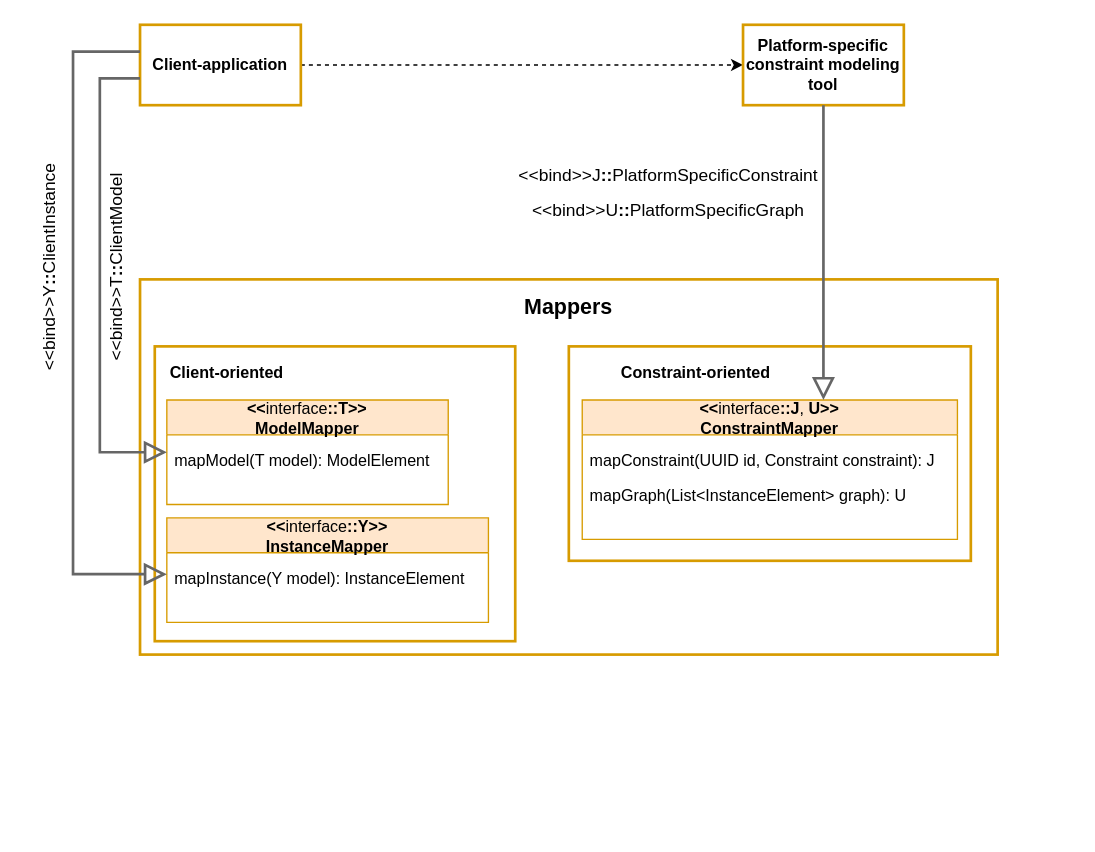
AntonSk98/User-driven-constraint-modelling-for-entity-models-at-runtime keeps this draw.io diagram as assets/design/mappers.drawio. Above is the earlier version. Source tidied: cells renumbered, new cells numbered last; positions are measured from the earlier drawing's top-left corner, leaving out a move shared by most shapes. Both pictures are drawn from the tidied source at 134%, with x=0, y=0 at pixel (28, 20).
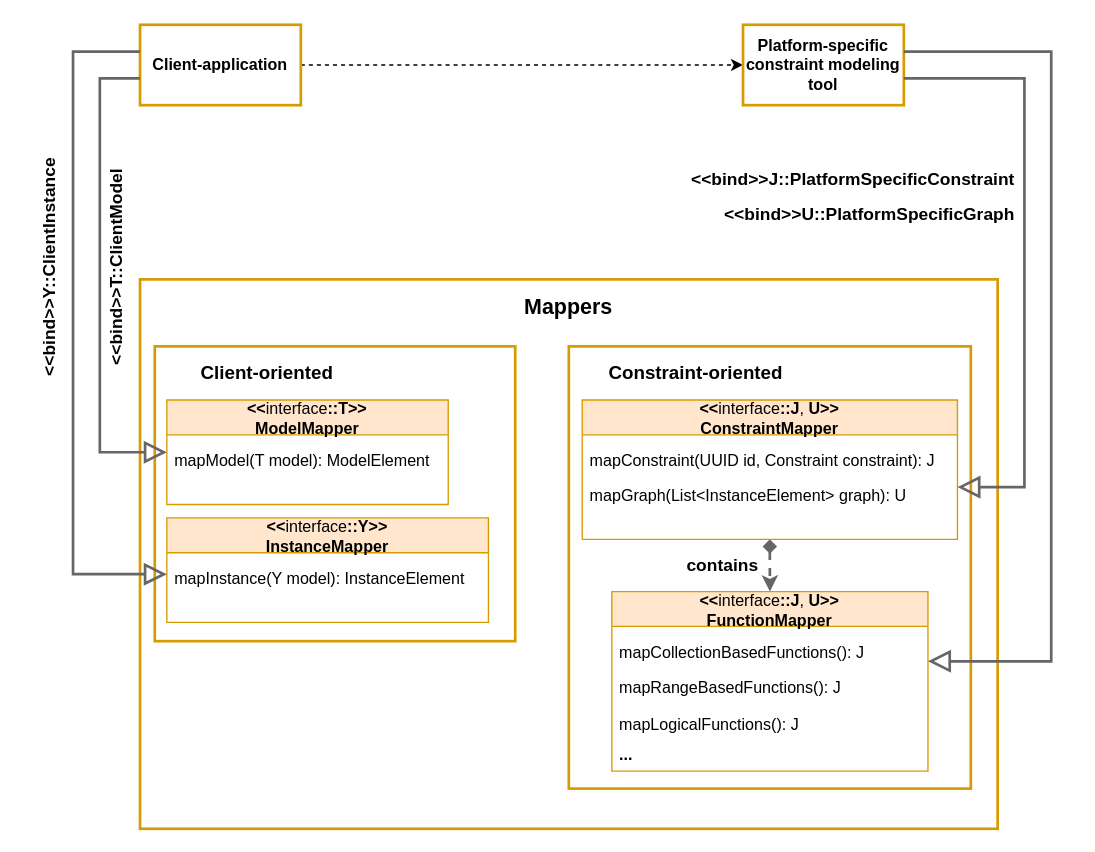
The same diagram, later.

Unchanged cells that the change refers to:
```xml
<mxCell id="12" value="&lt;b&gt;&amp;lt;&amp;lt;&lt;/b&gt;interface&lt;b&gt;::J&lt;/b&gt;, &lt;b&gt;U&lt;/b&gt;&lt;b style=&quot;background-color: initial;&quot;&gt;&amp;gt;&amp;gt;&lt;/b&gt;&lt;br&gt;&lt;b&gt;ConstraintMapper&lt;/b&gt;" style="swimlane;fontStyle=0;horizontal=1;startSize=26;fillColor=#ffe6cc;whiteSpace=wrap;html=1;verticalAlign=middle;spacingTop=1;spacingBottom=0;spacing=2;spacingRight=0;flipH=0;flipV=0;direction=east;rotation=0;strokeColor=#d79b00;glass=0;rounded=0;shadow=0;" parent="1" vertex="1">
  <mxGeometry x="413" y="283" width="280" height="104" as="geometry" />
</mxCell>
<mxCell id="24" value="&lt;b&gt;Platform-specific constraint modeling tool&lt;/b&gt;" style="rounded=0;whiteSpace=wrap;html=1;strokeColor=#D79B00;strokeWidth=2;" parent="1" vertex="1">
  <mxGeometry x="533" y="3" width="120" height="60" as="geometry" />
</mxCell>
```

The edit, as a diff of the source:
```diff
@@
     <mxCell id="2" style="rounded=0;whiteSpace=wrap;html=1;strokeColor=#D79B00;strokeWidth=2;fontStyle=1;" parent="1" vertex="1">
-      <mxGeometry x="83" y="193" width="640" height="280" as="geometry" />
+      <mxGeometry x="83" y="193" width="640" height="410" as="geometry" />
     </mxCell>
     <mxCell id="3" style="rounded=0;whiteSpace=wrap;html=1;strokeWidth=2;strokeColor=#D79B00;fontStyle=1;" parent="1" vertex="1">
-      <mxGeometry x="403" y="243" width="300" height="160" as="geometry" />
+      <mxGeometry x="403" y="243" width="300" height="330" as="geometry" />
     </mxCell>
@@
+    <mxCell id="27" style="edgeStyle=orthogonalEdgeStyle;rounded=0;jettySize=auto;html=1;dashed=1;strokeWidth=2;strokeColor=#666666;startArrow=diamond;startFill=1;" parent="1" edge="1" source="12" target="28">
+      <mxGeometry relative="1" as="geometry" />
+    </mxCell>
@@
-    <mxCell id="16" value="Client-oriented" style="text;html=1;strokeColor=none;fillColor=none;align=center;verticalAlign=middle;whiteSpace=wrap;rounded=0;fontStyle=1;" parent="1" vertex="1">
-      <mxGeometry x="103" y="248" width="90" height="30" as="geometry" />
+    <mxCell id="16" value="Client-oriented" style="text;html=1;strokeColor=none;fillColor=none;align=center;verticalAlign=middle;whiteSpace=wrap;rounded=0;fontStyle=1;fontSize=14;" parent="1" vertex="1">
+      <mxGeometry x="103" y="248" width="150" height="30" as="geometry" />
     </mxCell>
-    <mxCell id="17" value="Constraint-oriented" style="text;html=1;strokeColor=none;fillColor=none;align=center;verticalAlign=middle;whiteSpace=wrap;rounded=0;fontStyle=1;" parent="1" vertex="1">
+    <mxCell id="17" value="Constraint-oriented" style="text;html=1;strokeColor=none;fillColor=none;align=center;verticalAlign=middle;whiteSpace=wrap;rounded=0;fontStyle=1;fontSize=14;" parent="1" vertex="1">
       <mxGeometry x="413" y="248" width="170" height="30" as="geometry" />
     </mxCell>
@@
-    <mxCell id="22" value="&lt;p style=&quot;line-height: 100%; font-size: 13px;&quot;&gt;&amp;lt;&amp;lt;bind&amp;gt;&amp;gt;T&lt;b&gt;::&lt;/b&gt;ClientModel&lt;/p&gt;" style="text;html=1;strokeColor=none;fillColor=none;align=center;verticalAlign=middle;rounded=0;rotation=0;fontStyle=0;spacing=0;whiteSpace=wrap;labelBackgroundColor=none;fontColor=#000000;horizontal=0;fontSize=13;" parent="1" vertex="1">
+    <mxCell id="22" value="&lt;p style=&quot;line-height: 100%; font-size: 13px;&quot;&gt;&amp;lt;&amp;lt;bind&amp;gt;&amp;gt;T&lt;span&gt;::&lt;/span&gt;ClientModel&lt;/p&gt;" style="text;html=1;strokeColor=none;fillColor=none;align=center;verticalAlign=middle;rounded=0;rotation=0;fontStyle=1;spacing=0;whiteSpace=wrap;labelBackgroundColor=none;fontColor=#000000;horizontal=0;fontSize=13;" parent="1" vertex="1">
       <mxGeometry x="50" y="104" width="30" height="160" as="geometry" />
     </mxCell>
-    <mxCell id="23" value="&lt;p style=&quot;line-height: 100%; font-size: 13px;&quot;&gt;&amp;lt;&amp;lt;bind&amp;gt;&amp;gt;Y&lt;b&gt;::&lt;/b&gt;ClientInstance&lt;/p&gt;" style="text;html=1;strokeColor=none;fillColor=none;align=center;verticalAlign=middle;rounded=0;rotation=0;fontStyle=0;spacing=0;whiteSpace=wrap;labelBackgroundColor=none;fontColor=#000000;horizontal=0;fontSize=13;" parent="1" vertex="1">
+    <mxCell id="23" value="&lt;p style=&quot;line-height: 100%; font-size: 13px;&quot;&gt;&amp;lt;&amp;lt;bind&amp;gt;&amp;gt;Y&lt;span&gt;::&lt;/span&gt;ClientInstance&lt;/p&gt;" style="text;html=1;strokeColor=none;fillColor=none;align=center;verticalAlign=middle;rounded=0;rotation=0;fontStyle=1;spacing=0;whiteSpace=wrap;labelBackgroundColor=none;fontColor=#000000;horizontal=0;fontSize=13;" parent="1" vertex="1">
       <mxGeometry y="104" width="30" height="160" as="geometry" />
     </mxCell>
@@
     <mxCell id="25" style="edgeStyle=orthogonalEdgeStyle;rounded=0;jettySize=auto;html=1;endSize=12;endArrow=block;endFill=0;strokeWidth=2;fillColor=#f5f5f5;strokeColor=#666666;" parent="1" edge="1" source="24" target="12">
       <mxGeometry relative="1" as="geometry">
         <Array as="points">
-          <mxPoint x="593" y="223" />
-          <mxPoint x="593" y="223" />
+          <mxPoint x="743" y="43" />
+          <mxPoint x="743" y="348" />
         </Array>
       </mxGeometry>
     </mxCell>
-    <mxCell id="26" value="&lt;p style=&quot;line-height: 100%; font-size: 13px;&quot;&gt;&amp;lt;&amp;lt;bind&amp;gt;&amp;gt;J&lt;b&gt;::&lt;/b&gt;PlatformSpecificConstraint&lt;/p&gt;&lt;p style=&quot;line-height: 100%; font-size: 13px;&quot;&gt;&amp;lt;&amp;lt;bind&amp;gt;&amp;gt;U&lt;b&gt;::&lt;/b&gt;PlatformSpecificGraph&lt;/p&gt;" style="text;html=1;strokeColor=none;fillColor=none;align=center;verticalAlign=middle;rounded=0;rotation=90;fontStyle=0;spacing=0;whiteSpace=wrap;labelBackgroundColor=none;fontColor=#000000;horizontal=0;fontSize=13;" parent="1" vertex="1">
-      <mxGeometry x="442" width="70" height="255" as="geometry" />
+    <mxCell id="26" value="&lt;p style=&quot;line-height: 100%; font-size: 13px;&quot;&gt;&amp;lt;&amp;lt;bind&amp;gt;&amp;gt;J&lt;span&gt;::&lt;/span&gt;PlatformSpecificConstraint&lt;/p&gt;&lt;p style=&quot;line-height: 100%; font-size: 13px;&quot;&gt;&amp;lt;&amp;lt;bind&amp;gt;&amp;gt;U&lt;span&gt;::&lt;/span&gt;PlatformSpecificGraph&lt;/p&gt;" style="text;html=1;strokeColor=none;fillColor=none;align=right;verticalAlign=middle;rounded=0;rotation=90;fontStyle=1;spacing=0;whiteSpace=wrap;labelBackgroundColor=none;fontColor=#000000;horizontal=0;fontSize=13;" parent="1" vertex="1">
+      <mxGeometry x="573" y="3" width="70" height="255" as="geometry" />
     </mxCell>
+    <mxCell id="28" value="&lt;b&gt;&amp;lt;&amp;lt;&lt;/b&gt;interface&lt;b&gt;::J&lt;/b&gt;, &lt;b&gt;U&lt;/b&gt;&lt;b style=&quot;background-color: initial;&quot;&gt;&amp;gt;&amp;gt;&lt;/b&gt;&lt;br&gt;&lt;b&gt;FunctionMapper&lt;/b&gt;" style="swimlane;fontStyle=0;horizontal=1;startSize=26;fillColor=#ffe6cc;whiteSpace=wrap;html=1;verticalAlign=middle;spacingTop=1;spacingBottom=0;spacing=2;spacingRight=0;flipH=0;flipV=0;direction=east;rotation=0;strokeColor=#d79b00;glass=0;rounded=0;shadow=0;" parent="1" vertex="1">
+      <mxGeometry x="435.1" y="426" width="235.9" height="134" as="geometry" />
+    </mxCell>
+    <mxCell id="29" value="mapCollectionBasedFunctions(): J" style="text;strokeColor=none;fillColor=none;align=left;verticalAlign=top;spacingLeft=4;spacingRight=4;overflow=hidden;whiteSpace=wrap;html=1;spacingTop=6;" parent="28" vertex="1">
+      <mxGeometry y="26" width="235.9" height="26" as="geometry" />
+    </mxCell>
+    <mxCell id="30" value="mapRangeBasedFunctions(): J" style="text;strokeColor=none;fillColor=none;align=left;verticalAlign=top;spacingLeft=4;spacingRight=4;overflow=hidden;whiteSpace=wrap;html=1;spacingTop=6;" parent="28" vertex="1">
+      <mxGeometry y="52" width="235.9" height="28" as="geometry" />
+    </mxCell>
+    <mxCell id="31" value="mapLogicalFunctions(): J" style="text;strokeColor=none;fillColor=none;align=left;verticalAlign=top;spacingLeft=4;spacingRight=4;overflow=hidden;whiteSpace=wrap;html=1;spacingTop=6;" parent="28" vertex="1">
+      <mxGeometry y="80" width="235.9" height="28" as="geometry" />
+    </mxCell>
+    <mxCell id="32" value="&lt;b&gt;...&lt;/b&gt;" style="text;strokeColor=none;fillColor=none;align=left;verticalAlign=top;spacingLeft=4;spacingRight=4;overflow=hidden;whiteSpace=wrap;html=1;" parent="28" vertex="1">
+      <mxGeometry y="108" width="235.9" height="26" as="geometry" />
+    </mxCell>
+    <mxCell id="33" style="edgeStyle=orthogonalEdgeStyle;rounded=0;jettySize=auto;html=1;endSize=12;endArrow=block;endFill=0;strokeWidth=2;fillColor=#f5f5f5;strokeColor=#666666;" parent="1" edge="1" source="24" target="28">
+      <mxGeometry relative="1" as="geometry">
+        <Array as="points">
+          <mxPoint x="763" y="23" />
+          <mxPoint x="763" y="478" />
+        </Array>
+      </mxGeometry>
+    </mxCell>
+    <mxCell id="34" value="&lt;p style=&quot;line-height: 100%; font-size: 13px;&quot;&gt;contains&lt;/p&gt;" style="text;html=1;strokeColor=none;fillColor=none;align=center;verticalAlign=middle;rounded=0;rotation=90;fontStyle=1;spacing=0;whiteSpace=wrap;labelBackgroundColor=none;fontColor=#000000;horizontal=0;fontSize=13;" parent="1" vertex="1">
+      <mxGeometry x="503" y="366" width="30" height="80" as="geometry" />
+    </mxCell>
```
